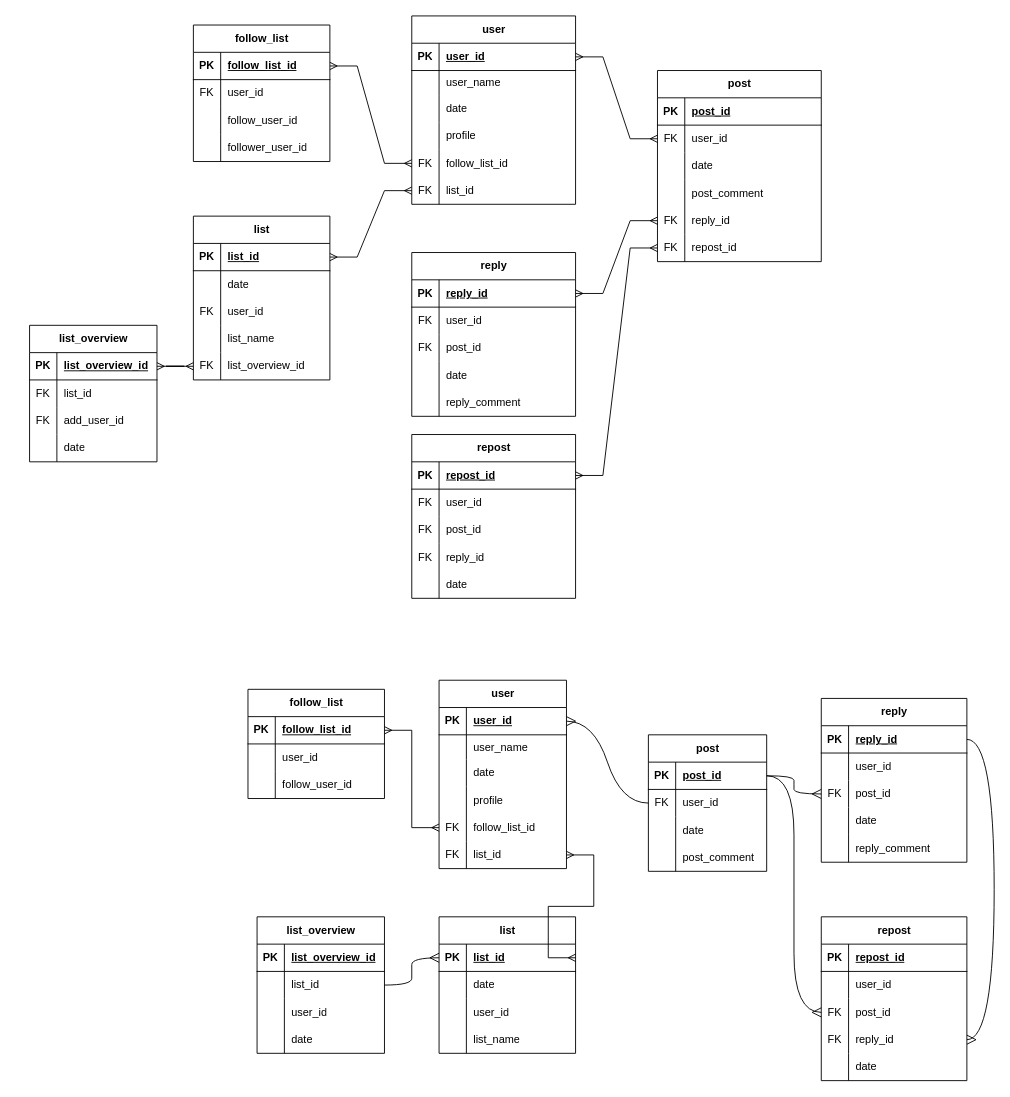
namacosansan/ER keeps this draw.io diagram as X.drawio. Above is the earlier version. Source tidied: cells renumbered, new cells numbered last; positions are measured from the earlier drawing's top-left corner, leaving out a move shared by most shapes. Both pictures are drawn from the tidied source at 91%, with x=0, y=0 at pixel (29, 15).
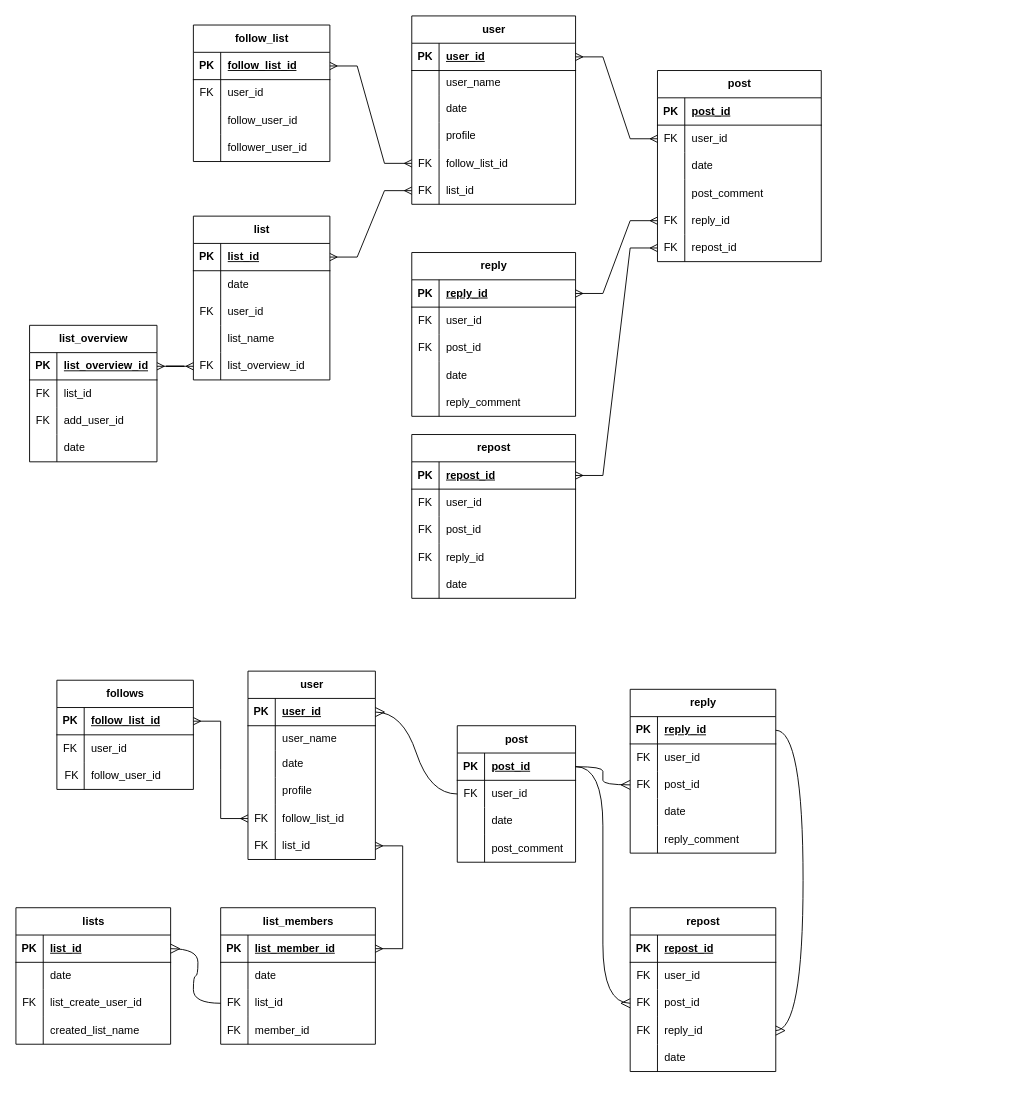
After the change.

Commit message:
X.drawio を更新します

Unchanged cells that the change refers to:
```xml
<mxCell id="144" style="shape=tableRow;horizontal=0;startSize=0;swimlaneHead=0;swimlaneBody=0;fillColor=none;top=0;left=0;right=0;bottom=0;" parent="140" vertex="1">
  <mxGeometry y="60" width="160" height="30" as="geometry" />
</mxCell>
<mxCell id="160" style="shape=tableRow;horizontal=0;startSize=0;swimlaneHead=0;swimlaneBody=0;fillColor=none;top=0;left=0;right=0;bottom=0;" parent="156" vertex="1">
  <mxGeometry y="60" width="160" height="30" as="geometry" />
</mxCell>
<mxCell id="202" style="shape=tableRow;horizontal=0;startSize=0;swimlaneHead=0;swimlaneBody=0;fillColor=none;top=0;left=0;right=0;bottom=0;" parent="198" vertex="1">
  <mxGeometry y="60" width="150" height="30" as="geometry" />
</mxCell>
<mxCell id="205" style="shape=tableRow;horizontal=0;startSize=0;swimlaneHead=0;swimlaneBody=0;fillColor=none;top=0;left=0;right=0;bottom=0;" parent="198" vertex="1">
  <mxGeometry y="90" width="150" height="30" as="geometry" />
</mxCell>
```

The edit, as a diff of the source:
```diff
@@
     <mxCell id="121" value="user" style="shape=table;startSize=30;childLayout=tableLayout;rowLines=0;fontStyle=1;align=center;html=1;" parent="1" vertex="1">
-      <mxGeometry x="450" y="730" width="140" height="207" as="geometry" />
+      <mxGeometry x="240" y="720" width="140" height="207" as="geometry" />
     </mxCell>
@@
     <mxCell id="140" value="reply" style="shape=table;startSize=30;childLayout=tableLayout;rowLines=0;fontStyle=1;align=center;html=1;" parent="1" vertex="1">
-      <mxGeometry x="870" y="750" width="160" height="180" as="geometry" />
+      <mxGeometry x="660" y="740" width="160" height="180" as="geometry" />
     </mxCell>
@@
-    <mxCell id="145" style="shape=partialRectangle;fillColor=none;top=0;left=0;bottom=0;right=0;overflow=hidden;whiteSpace=wrap;html=1;" parent="144" vertex="1">
+    <mxCell id="145" value="FK" style="shape=partialRectangle;fillColor=none;top=0;left=0;bottom=0;right=0;overflow=hidden;whiteSpace=wrap;html=1;" parent="144" vertex="1">
       <mxGeometry width="30" height="30" as="geometry" />
     </mxCell>
@@
     <mxCell id="156" value="repost" style="shape=table;startSize=30;childLayout=tableLayout;rowLines=0;fontStyle=1;align=center;html=1;" parent="1" vertex="1">
-      <mxGeometry x="870" y="990" width="160" height="180" as="geometry" />
+      <mxGeometry x="660" y="980" width="160" height="180" as="geometry" />
     </mxCell>
@@
-    <mxCell id="161" style="shape=partialRectangle;fillColor=none;top=0;left=0;bottom=0;right=0;overflow=hidden;whiteSpace=wrap;html=1;" parent="160" vertex="1">
+    <mxCell id="161" value="FK" style="shape=partialRectangle;fillColor=none;top=0;left=0;bottom=0;right=0;overflow=hidden;whiteSpace=wrap;html=1;" parent="160" vertex="1">
       <mxGeometry width="30" height="30" as="geometry" />
     </mxCell>
@@
-    <mxCell id="172" value="list_overview" style="shape=table;startSize=30;childLayout=tableLayout;rowLines=0;fontStyle=1;align=center;html=1;" parent="1" vertex="1">
-      <mxGeometry x="250" y="990" width="140" height="150" as="geometry" />
-    </mxCell>
-    <mxCell id="173" style="shape=tableRow;horizontal=0;startSize=0;swimlaneHead=0;swimlaneBody=0;fillColor=none;top=0;left=0;right=0;bottom=1;" parent="172" vertex="1">
-      <mxGeometry y="30" width="140" height="30" as="geometry" />
-    </mxCell>
-    <mxCell id="174" value="PK" style="shape=partialRectangle;fillColor=none;top=0;left=0;bottom=0;right=0;fontStyle=1;overflow=hidden;whiteSpace=wrap;html=1;" parent="173" vertex="1">
-      <mxGeometry width="30" height="30" as="geometry" />
-    </mxCell>
-    <mxCell id="175" value="&lt;span style=&quot;text-align: center; text-wrap-mode: nowrap;&quot;&gt;list_overview_id&lt;/span&gt;" style="shape=partialRectangle;fillColor=none;top=0;left=0;bottom=0;right=0;align=left;spacingLeft=6;fontStyle=5;overflow=hidden;whiteSpace=wrap;html=1;" parent="173" vertex="1">
-      <mxGeometry x="30" width="110" height="30" as="geometry" />
-    </mxCell>
-    <mxCell id="176" style="shape=tableRow;horizontal=0;startSize=0;swimlaneHead=0;swimlaneBody=0;fillColor=none;points=[[0,0.5],[1,0.5]];portConstraint=eastwest;top=0;left=0;right=0;bottom=0;" parent="172" vertex="1">
-      <mxGeometry y="60" width="140" height="30" as="geometry" />
-    </mxCell>
-    <mxCell id="177" style="shape=partialRectangle;fillColor=none;top=0;left=0;bottom=0;right=0;overflow=hidden;whiteSpace=wrap;html=1;" parent="176" vertex="1">
-      <mxGeometry width="30" height="30" as="geometry" />
-    </mxCell>
-    <mxCell id="178" value="list_id" style="shape=partialRectangle;fillColor=none;top=0;left=0;bottom=0;right=0;align=left;spacingLeft=6;overflow=hidden;whiteSpace=wrap;html=1;" parent="176" vertex="1">
-      <mxGeometry x="30" width="110" height="30" as="geometry" />
-    </mxCell>
-    <mxCell id="179" style="shape=tableRow;horizontal=0;startSize=0;swimlaneHead=0;swimlaneBody=0;fillColor=none;top=0;left=0;right=0;bottom=0;" parent="172" vertex="1">
-      <mxGeometry y="90" width="140" height="30" as="geometry" />
-    </mxCell>
-    <mxCell id="180" style="shape=partialRectangle;fillColor=none;top=0;left=0;bottom=0;right=0;overflow=hidden;whiteSpace=wrap;html=1;" parent="179" vertex="1">
-      <mxGeometry width="30" height="30" as="geometry" />
-    </mxCell>
-    <mxCell id="181" value="user_id" style="shape=partialRectangle;fillColor=none;top=0;left=0;bottom=0;right=0;align=left;spacingLeft=6;overflow=hidden;whiteSpace=wrap;html=1;" parent="179" vertex="1">
-      <mxGeometry x="30" width="110" height="30" as="geometry" />
-    </mxCell>
-    <mxCell id="182" style="shape=tableRow;horizontal=0;startSize=0;swimlaneHead=0;swimlaneBody=0;fillColor=none;top=0;left=0;right=0;bottom=0;" parent="172" vertex="1">
-      <mxGeometry y="120" width="140" height="30" as="geometry" />
-    </mxCell>
-    <mxCell id="183" style="shape=partialRectangle;fillColor=none;top=0;left=0;bottom=0;right=0;overflow=hidden;whiteSpace=wrap;html=1;" parent="182" vertex="1">
-      <mxGeometry width="30" height="30" as="geometry" />
-    </mxCell>
-    <mxCell id="184" value="date" style="shape=partialRectangle;fillColor=none;top=0;left=0;bottom=0;right=0;align=left;spacingLeft=6;overflow=hidden;whiteSpace=wrap;html=1;" parent="182" vertex="1">
-      <mxGeometry x="30" width="110" height="30" as="geometry" />
-    </mxCell>
-    <mxCell id="185" value="list" style="shape=table;startSize=30;childLayout=tableLayout;rowLines=0;fontStyle=1;align=center;html=1;" parent="1" vertex="1">
-      <mxGeometry x="450" y="990" width="150" height="150" as="geometry" />
+    <mxCell id="185" value="list_members" style="shape=table;startSize=30;childLayout=tableLayout;rowLines=0;fontStyle=1;align=center;html=1;" parent="1" vertex="1">
+      <mxGeometry x="210" y="980" width="170" height="150" as="geometry" />
     </mxCell>
     <mxCell id="186" style="shape=tableRow;horizontal=0;startSize=0;swimlaneHead=0;swimlaneBody=0;fillColor=none;points=[[0,0.5],[1,0.5]];portConstraint=eastwest;top=0;left=0;right=0;bottom=1;" parent="185" vertex="1">
-      <mxGeometry y="30" width="150" height="30" as="geometry" />
+      <mxGeometry y="30" width="170" height="30" as="geometry" />
     </mxCell>
@@
-    <mxCell id="188" value="list_id" style="shape=partialRectangle;fillColor=none;top=0;left=0;bottom=0;right=0;align=left;spacingLeft=6;fontStyle=5;overflow=hidden;whiteSpace=wrap;html=1;" parent="186" vertex="1">
-      <mxGeometry x="30" width="120" height="30" as="geometry" />
+    <mxCell id="188" value="list_member_id" style="shape=partialRectangle;fillColor=none;top=0;left=0;bottom=0;right=0;align=left;spacingLeft=6;fontStyle=5;overflow=hidden;whiteSpace=wrap;html=1;" parent="186" vertex="1">
+      <mxGeometry x="30" width="140" height="30" as="geometry" />
     </mxCell>
     <mxCell id="189" style="shape=tableRow;horizontal=0;startSize=0;swimlaneHead=0;swimlaneBody=0;fillColor=none;top=0;left=0;right=0;bottom=0;" parent="185" vertex="1">
-      <mxGeometry y="60" width="150" height="30" as="geometry" />
+      <mxGeometry y="60" width="170" height="30" as="geometry" />
     </mxCell>
@@
     <mxCell id="191" value="date" style="shape=partialRectangle;fillColor=none;top=0;left=0;bottom=0;right=0;align=left;spacingLeft=6;overflow=hidden;whiteSpace=wrap;html=1;" parent="189" vertex="1">
-      <mxGeometry x="30" width="120" height="30" as="geometry" />
+      <mxGeometry x="30" width="140" height="30" as="geometry" />
     </mxCell>
     <mxCell id="192" style="shape=tableRow;horizontal=0;startSize=0;swimlaneHead=0;swimlaneBody=0;fillColor=none;points=[[0,0.5],[1,0.5]];portConstraint=eastwest;top=0;left=0;right=0;bottom=0;" parent="185" vertex="1">
-      <mxGeometry y="90" width="150" height="30" as="geometry" />
+      <mxGeometry y="90" width="170" height="30" as="geometry" />
     </mxCell>
-    <mxCell id="193" style="shape=partialRectangle;fillColor=none;top=0;left=0;bottom=0;right=0;overflow=hidden;whiteSpace=wrap;html=1;" parent="192" vertex="1">
+    <mxCell id="193" value="FK" style="shape=partialRectangle;fillColor=none;top=0;left=0;bottom=0;right=0;overflow=hidden;whiteSpace=wrap;html=1;" parent="192" vertex="1">
       <mxGeometry width="30" height="30" as="geometry" />
     </mxCell>
-    <mxCell id="194" value="user_id" style="shape=partialRectangle;fillColor=none;top=0;left=0;bottom=0;right=0;align=left;spacingLeft=6;overflow=hidden;whiteSpace=wrap;html=1;" parent="192" vertex="1">
-      <mxGeometry x="30" width="120" height="30" as="geometry" />
+    <mxCell id="194" value="list_id" style="shape=partialRectangle;fillColor=none;top=0;left=0;bottom=0;right=0;align=left;spacingLeft=6;overflow=hidden;whiteSpace=wrap;html=1;" parent="192" vertex="1">
+      <mxGeometry x="30" width="140" height="30" as="geometry" />
     </mxCell>
-    <mxCell id="195" style="shape=tableRow;horizontal=0;startSize=0;swimlaneHead=0;swimlaneBody=0;fillColor=none;top=0;left=0;right=0;bottom=0;" parent="185" vertex="1">
-      <mxGeometry y="120" width="150" height="30" as="geometry" />
-    </mxCell>
-    <mxCell id="196" style="shape=partialRectangle;fillColor=none;top=0;left=0;bottom=0;right=0;overflow=hidden;whiteSpace=wrap;html=1;" parent="195" vertex="1">
-      <mxGeometry width="30" height="30" as="geometry" />
-    </mxCell>
-    <mxCell id="197" value="list_name" style="shape=partialRectangle;fillColor=none;top=0;left=0;bottom=0;right=0;align=left;spacingLeft=6;overflow=hidden;whiteSpace=wrap;html=1;" parent="195" vertex="1">
-      <mxGeometry x="30" width="120" height="30" as="geometry" />
-    </mxCell>
+    <mxCell id="228" style="shape=tableRow;horizontal=0;startSize=0;swimlaneHead=0;swimlaneBody=0;fillColor=none;top=0;left=0;right=0;bottom=0;" parent="185" vertex="1">
+      <mxGeometry y="120" width="170" height="30" as="geometry" />
+    </mxCell>
+    <mxCell id="229" value="&lt;div&gt;FK&lt;/div&gt;" style="shape=partialRectangle;fillColor=none;top=0;left=0;bottom=0;right=0;overflow=hidden;whiteSpace=wrap;html=1;" parent="228" vertex="1">
+      <mxGeometry width="30" height="30" as="geometry" />
+    </mxCell>
+    <mxCell id="230" value="member_id" style="shape=partialRectangle;fillColor=none;top=0;left=0;bottom=0;right=0;align=left;spacingLeft=6;overflow=hidden;whiteSpace=wrap;html=1;" parent="228" vertex="1">
+      <mxGeometry x="30" width="140" height="30" as="geometry" />
+    </mxCell>
-    <mxCell id="198" value="follow_list" style="shape=table;startSize=30;childLayout=tableLayout;rowLines=0;fontStyle=1;align=center;html=1;" parent="1" vertex="1">
-      <mxGeometry x="240" y="740" width="150" height="120" as="geometry" />
+    <mxCell id="198" value="follows" style="shape=table;startSize=30;childLayout=tableLayout;rowLines=0;fontStyle=1;align=center;html=1;" parent="1" vertex="1">
+      <mxGeometry x="30" y="730" width="150" height="120" as="geometry" />
     </mxCell>
@@
-    <mxCell id="203" style="shape=partialRectangle;fillColor=none;top=0;left=0;bottom=0;right=0;overflow=hidden;whiteSpace=wrap;html=1;" parent="202" vertex="1">
+    <mxCell id="203" value="FK" style="shape=partialRectangle;fillColor=none;top=0;left=0;bottom=0;right=0;overflow=hidden;whiteSpace=wrap;html=1;" parent="202" vertex="1">
       <mxGeometry width="30" height="30" as="geometry" />
     </mxCell>
@@
-    <mxCell id="206" style="shape=partialRectangle;fillColor=none;top=0;left=0;bottom=0;right=0;overflow=hidden;whiteSpace=wrap;html=1;" parent="205" vertex="1">
+    <mxCell id="206" value="&amp;nbsp;FK" style="shape=partialRectangle;fillColor=none;top=0;left=0;bottom=0;right=0;overflow=hidden;whiteSpace=wrap;html=1;" parent="205" vertex="1">
       <mxGeometry width="30" height="30" as="geometry" />
     </mxCell>
@@
     <mxCell id="208" value="post" style="shape=table;startSize=30;childLayout=tableLayout;rowLines=0;fontStyle=1;align=center;html=1;" parent="1" vertex="1">
-      <mxGeometry x="680" y="790" width="130" height="150" as="geometry" />
+      <mxGeometry x="470" y="780" width="130" height="150" as="geometry" />
     </mxCell>
@@
-    <mxCell id="225" style="edgeStyle=entityRelationEdgeStyle;fontSize=12;html=1;endArrow=ERmany;rounded=0;startSize=8;endSize=8;curved=1;entryX=0;entryY=0.5;entryDx=0;entryDy=0;exitX=1;exitY=0.5;exitDx=0;exitDy=0;" parent="1" edge="1" source="176" target="186">
-      <mxGeometry relative="1" as="geometry" />
-    </mxCell>
@@
+    <mxCell id="231" value="lists" style="shape=table;startSize=30;childLayout=tableLayout;rowLines=0;fontStyle=1;align=center;html=1;" parent="1" vertex="1">
+      <mxGeometry x="-15" y="980" width="170" height="150" as="geometry" />
+    </mxCell>
+    <mxCell id="232" style="shape=tableRow;horizontal=0;startSize=0;swimlaneHead=0;swimlaneBody=0;fillColor=none;points=[[0,0.5],[1,0.5]];portConstraint=eastwest;top=0;left=0;right=0;bottom=1;" parent="231" vertex="1">
+      <mxGeometry y="30" width="170" height="30" as="geometry" />
+    </mxCell>
+    <mxCell id="174" value="PK" style="shape=partialRectangle;fillColor=none;top=0;left=0;bottom=0;right=0;fontStyle=1;overflow=hidden;whiteSpace=wrap;html=1;" parent="232" vertex="1">
+      <mxGeometry width="30" height="30" as="geometry" />
+    </mxCell>
+    <mxCell id="178" value="list_id" style="shape=partialRectangle;fillColor=none;top=0;left=0;bottom=0;right=0;align=left;spacingLeft=6;fontStyle=5;overflow=hidden;whiteSpace=wrap;html=1;" parent="232" vertex="1">
+      <mxGeometry x="30" width="140" height="30" as="geometry" />
+    </mxCell>
+    <mxCell id="233" style="shape=tableRow;horizontal=0;startSize=0;swimlaneHead=0;swimlaneBody=0;fillColor=none;top=0;left=0;right=0;bottom=0;" parent="231" vertex="1">
+      <mxGeometry y="60" width="170" height="30" as="geometry" />
+    </mxCell>
+    <mxCell id="234" style="shape=partialRectangle;fillColor=none;top=0;left=0;bottom=0;right=0;overflow=hidden;whiteSpace=wrap;html=1;" parent="233" vertex="1">
+      <mxGeometry width="30" height="30" as="geometry" />
+    </mxCell>
+    <mxCell id="184" value="date" style="shape=partialRectangle;fillColor=none;top=0;left=0;bottom=0;right=0;align=left;spacingLeft=6;overflow=hidden;whiteSpace=wrap;html=1;" parent="233" vertex="1">
+      <mxGeometry x="30" width="140" height="30" as="geometry" />
+    </mxCell>
+    <mxCell id="235" style="shape=tableRow;horizontal=0;startSize=0;swimlaneHead=0;swimlaneBody=0;fillColor=none;top=0;left=0;right=0;bottom=0;" parent="231" vertex="1">
+      <mxGeometry y="90" width="170" height="30" as="geometry" />
+    </mxCell>
+    <mxCell id="236" value="FK" style="shape=partialRectangle;fillColor=none;top=0;left=0;bottom=0;right=0;overflow=hidden;whiteSpace=wrap;html=1;" parent="235" vertex="1">
+      <mxGeometry width="30" height="30" as="geometry" />
+    </mxCell>
+    <mxCell id="237" value="list_create_user_id" style="shape=partialRectangle;fillColor=none;top=0;left=0;bottom=0;right=0;align=left;spacingLeft=6;overflow=hidden;whiteSpace=wrap;html=1;" parent="235" vertex="1">
+      <mxGeometry x="30" width="140" height="30" as="geometry" />
+    </mxCell>
+    <mxCell id="238" style="shape=tableRow;horizontal=0;startSize=0;swimlaneHead=0;swimlaneBody=0;fillColor=none;top=0;left=0;right=0;bottom=0;" parent="231" vertex="1">
+      <mxGeometry y="120" width="170" height="30" as="geometry" />
+    </mxCell>
+    <mxCell id="239" value="&lt;span style=&quot;white-space: pre;&quot;&gt;&#9;&lt;/span&gt;&lt;span style=&quot;white-space: pre;&quot;&gt;&#9;&lt;/span&gt;&lt;span style=&quot;white-space: pre;&quot;&gt;&#9;&lt;/span&gt;&lt;span style=&quot;white-space: pre;&quot;&gt;&#9;&lt;/span&gt;&lt;span style=&quot;white-space: pre;&quot;&gt;&#9;&lt;/span&gt;&lt;span style=&quot;white-space: pre;&quot;&gt;&#9;&lt;/span&gt;&lt;div&gt;&lt;br&gt;&lt;/div&gt;" style="shape=partialRectangle;fillColor=none;top=0;left=0;bottom=0;right=0;overflow=hidden;whiteSpace=wrap;html=1;" parent="238" vertex="1">
+      <mxGeometry width="30" height="30" as="geometry" />
+    </mxCell>
+    <mxCell id="240" value="created_list_name" style="shape=partialRectangle;fillColor=none;top=0;left=0;bottom=0;right=0;align=left;spacingLeft=6;overflow=hidden;whiteSpace=wrap;html=1;" parent="238" vertex="1">
+      <mxGeometry x="30" width="140" height="30" as="geometry" />
+    </mxCell>
+    <mxCell id="241" style="edgeStyle=entityRelationEdgeStyle;fontSize=12;html=1;endArrow=ERmany;rounded=0;startSize=8;endSize=8;curved=1;exitX=0;exitY=0.5;exitDx=0;exitDy=0;entryX=1;entryY=0.5;entryDx=0;entryDy=0;" parent="1" edge="1" source="192" target="232">
+      <mxGeometry relative="1" as="geometry" />
+    </mxCell>
```
